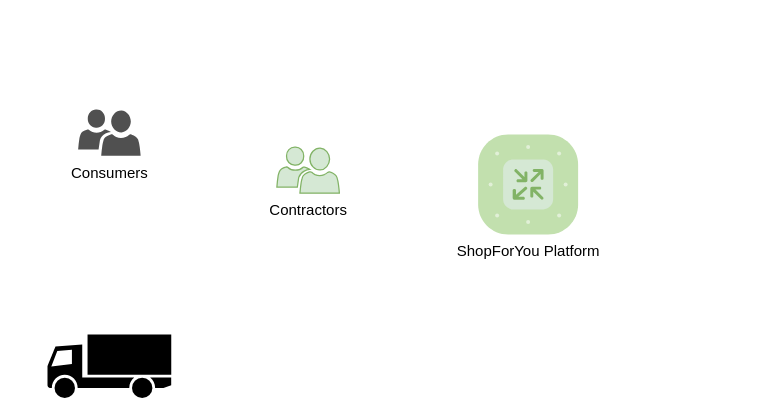
Earlier version of the draw.io diagram Issuing - System Context.drawio (eddie-chiang/draw.io-diagrams). Source tidied: cells renumbered, new cells numbered last; positions are measured from the earlier drawing's top-left corner, leaving out a move shared by most shapes. Both pictures are drawn from the tidied source at 125%, with x=0, y=0 at pixel (48, 109). Pictures stored in the file or linked from it are replaced by grey dashed boxes.
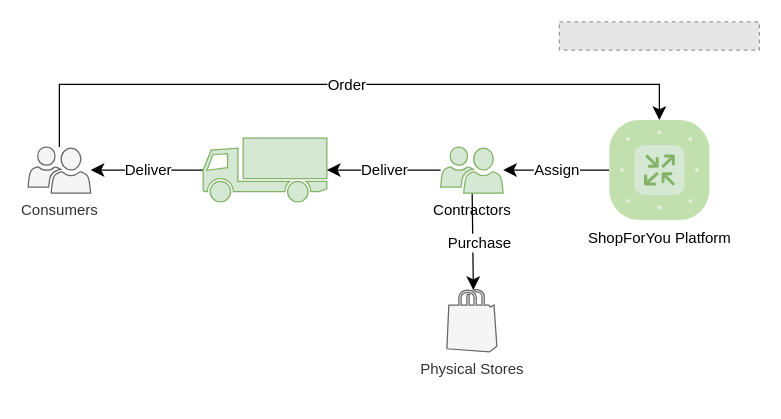
After the change.

Change to the diagram source:
```diff
@@
 <mxGraphModel>
   <root>
     <mxCell id="0" />
     <mxCell id="1" parent="0" />
+    <mxCell id="6" style="edgeStyle=none;curved=1;rounded=0;jettySize=auto;html=1;fontSize=12;startSize=8;endSize=8;" parent="1" edge="1" source="2" target="3">
+      <mxGeometry relative="1" as="geometry" />
+    </mxCell>
+    <mxCell id="7" value="Deliver" style="edgeLabel;html=1;align=center;verticalAlign=middle;fontSize=12;" parent="6" vertex="1">
+      <mxGeometry relative="1" as="geometry" />
+    </mxCell>
-    <mxCell id="2" style="shape=mxgraph.signs.transportation.truck_1;html=1;fillColor=#000000;strokeColor=none;verticalLabelPosition=bottom;verticalAlign=top;align=center;" parent="1" vertex="1">
-      <mxGeometry x="-0.5" y="180" width="99" height="51" as="geometry" />
+    <mxCell id="2" style="shape=mxgraph.signs.transportation.truck_1;html=1;fillColor=#d5e8d4;strokeColor=#82b366;verticalLabelPosition=bottom;verticalAlign=top;align=center;" parent="1" vertex="1">
+      <mxGeometry x="124" y="23" width="99" height="51" as="geometry" />
     </mxCell>
-    <mxCell id="3" value="Consumers" style="sketch=0;shadow=0;dashed=0;html=1;strokeColor=none;labelPosition=center;verticalLabelPosition=bottom;verticalAlign=top;align=center;fillColor=#505050;shape=mxgraph.mscae.intune.user_group;" parent="1" vertex="1">
-      <mxGeometry x="24" width="50" height="37" as="geometry" />
+    <mxCell id="3" value="Consumers" style="sketch=0;shadow=0;dashed=0;html=1;strokeColor=#666666;labelPosition=center;verticalLabelPosition=bottom;verticalAlign=top;align=center;fillColor=#f5f5f5;shape=mxgraph.mscae.intune.user_group;fontColor=#333333;" parent="1" vertex="1">
+      <mxGeometry x="-16" y="30" width="50" height="37" as="geometry" />
     </mxCell>
+    <mxCell id="8" style="edgeStyle=none;curved=1;rounded=0;jettySize=auto;html=1;fontSize=12;startSize=8;endSize=8;" parent="1" edge="1" source="4" target="2">
+      <mxGeometry relative="1" as="geometry" />
+    </mxCell>
+    <mxCell id="9" value="Deliver" style="edgeLabel;html=1;align=center;verticalAlign=middle;fontSize=12;" parent="8" vertex="1">
+      <mxGeometry relative="1" as="geometry" />
+    </mxCell>
+    <mxCell id="10" style="edgeStyle=none;curved=1;rounded=0;jettySize=auto;html=1;fontSize=12;startSize=8;endSize=8;entryX=0.53;entryY=0.01;entryDx=0;entryDy=0;entryPerimeter=0;" parent="1" edge="1" source="4" target="17">
+      <mxGeometry relative="1" as="geometry" />
+    </mxCell>
+    <mxCell id="11" value="Purchase" style="edgeLabel;html=1;align=center;verticalAlign=middle;fontSize=12;" parent="10" vertex="1">
+      <mxGeometry x="0.03" y="5" relative="1" as="geometry" />
+    </mxCell>
     <mxCell id="4" value="Contractors" style="sketch=0;shadow=0;dashed=0;html=1;strokeColor=#82b366;labelPosition=center;verticalLabelPosition=bottom;verticalAlign=top;align=center;fillColor=#d5e8d4;shape=mxgraph.mscae.intune.user_group;" parent="1" vertex="1">
-      <mxGeometry x="183" y="30" width="50" height="37" as="geometry" />
+      <mxGeometry x="314" y="30" width="50" height="37" as="geometry" />
     </mxCell>
+    <mxCell id="12" style="edgeStyle=none;curved=1;rounded=0;jettySize=auto;html=1;fontSize=12;startSize=8;endSize=8;" parent="1" edge="1" source="5" target="4">
+      <mxGeometry relative="1" as="geometry" />
+    </mxCell>
+    <mxCell id="13" value="Assign" style="edgeLabel;html=1;align=center;verticalAlign=middle;fontSize=12;" parent="12" vertex="1">
+      <mxGeometry relative="1" as="geometry" />
+    </mxCell>
     <mxCell id="5" value="ShopForYou Platform" style="verticalLabelPosition=bottom;sketch=0;html=1;fillColor=#d5e8d4;strokeColor=#82b366;verticalAlign=top;align=center;points=[[0.085,0.085,0],[0.915,0.085,0],[0.915,0.915,0],[0.085,0.915,0],[0.25,0,0],[0.5,0,0],[0.75,0,0],[1,0.25,0],[1,0.5,0],[1,0.75,0],[0.75,1,0],[0.5,1,0],[0.25,1,0],[0,0.75,0],[0,0.5,0],[0,0.25,0]];shape=mxgraph.cisco_safe.compositeIcon;bgIcon=mxgraph.cisco_safe.architecture.generic_appliance;resIcon=mxgraph.cisco_safe.architecture.router;" parent="1" vertex="1">
-      <mxGeometry x="344" y="20" width="80" height="80" as="geometry" />
+      <mxGeometry x="449" y="8.5" width="80" height="80" as="geometry" />
     </mxCell>
+    <mxCell id="14" style="fillColor=#E6E6E6;strokeColor=#999999;dashed=1;verticalLabelPosition=bottom;labelBackgroundColor=default;verticalAlign=top;" parent="1" vertex="1">
+      <mxGeometry x="409" y="-70" width="160" height="22.5" as="geometry" />
+    </mxCell>
+    <mxCell id="15" style="edgeStyle=orthogonalEdgeStyle;rounded=0;jettySize=auto;html=1;entryX=0.5;entryY=0;entryDx=0;entryDy=0;entryPerimeter=0;fontSize=12;startSize=8;endSize=8;exitX=0.5;exitY=0;exitDx=0;exitDy=0;exitPerimeter=0;" parent="1" edge="1" source="3" target="5">
+      <mxGeometry relative="1" as="geometry">
+        <Array as="points">
+          <mxPoint x="9" y="-20" />
+          <mxPoint x="489" y="-20" />
+        </Array>
+      </mxGeometry>
+    </mxCell>
+    <mxCell id="16" value="Order" style="edgeLabel;html=1;align=center;verticalAlign=middle;fontSize=12;" parent="15" vertex="1">
+      <mxGeometry relative="1" as="geometry" />
+    </mxCell>
+    <mxCell id="17" value="Physical Stores" style="verticalLabelPosition=bottom;html=1;verticalAlign=top;align=center;strokeColor=#666666;fillColor=#f5f5f5;shape=mxgraph.azure.azure_marketplace;fontColor=#333333;" parent="1" vertex="1">
+      <mxGeometry x="319" y="144" width="40" height="50" as="geometry" />
+    </mxCell>
   </root>
 </mxGraphModel>
```
